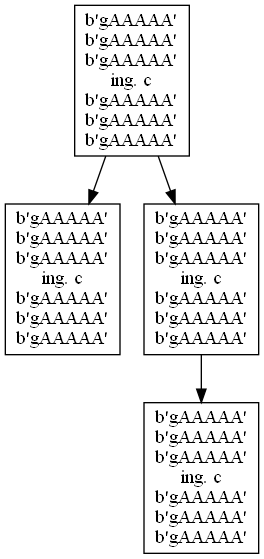
Earlier version of the Graphviz export EDD_SmartClass_201901907_/Fase3/AVL.png (Byron-Estuardo/EDD_SmartClass_201901907). Its source is kept beside it as EDD_SmartClass_201901907_/Fase3/AVL.dot. The source it was exported from:
```dot
digraph arbol {
node[shape = "box"]
n20210000002[label= "b'gAAAAA'
b'gAAAAA'
b'gAAAAA'
ing. c
b'gAAAAA'
b'gAAAAA'
b'gAAAAA'"];
n20210000001[label= "b'gAAAAA'
b'gAAAAA'
b'gAAAAA'
ing. c
b'gAAAAA'
b'gAAAAA'
b'gAAAAA'"];
n20210000003[label= "b'gAAAAA'
b'gAAAAA'
b'gAAAAA'
ing. c
b'gAAAAA'
b'gAAAAA'
b'gAAAAA'"];
n20210000004[label= "b'gAAAAA'
b'gAAAAA'
b'gAAAAA'
ing. c
b'gAAAAA'
b'gAAAAA'
b'gAAAAA'"];

n20210000002 -> n20210000001
n20210000002 -> n20210000003
n20210000003 -> n20210000004
}
```
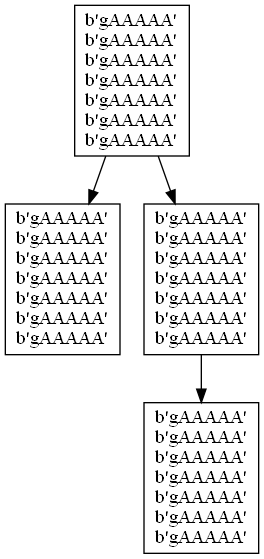
The same file after the commit.

Diff of the diagram source:
```diff
@@ -3,28 +3,28 @@
 n20210000002[label= "b'gAAAAA'
 b'gAAAAA'
 b'gAAAAA'
-ing. c
+b'gAAAAA'
 b'gAAAAA'
 b'gAAAAA'
 b'gAAAAA'"];
 n20210000001[label= "b'gAAAAA'
 b'gAAAAA'
 b'gAAAAA'
-ing. c
+b'gAAAAA'
 b'gAAAAA'
 b'gAAAAA'
 b'gAAAAA'"];
 n20210000003[label= "b'gAAAAA'
 b'gAAAAA'
 b'gAAAAA'
-ing. c
+b'gAAAAA'
 b'gAAAAA'
 b'gAAAAA'
 b'gAAAAA'"];
 n20210000004[label= "b'gAAAAA'
 b'gAAAAA'
 b'gAAAAA'
-ing. c
+b'gAAAAA'
 b'gAAAAA'
 b'gAAAAA'
 b'gAAAAA'"];
```
